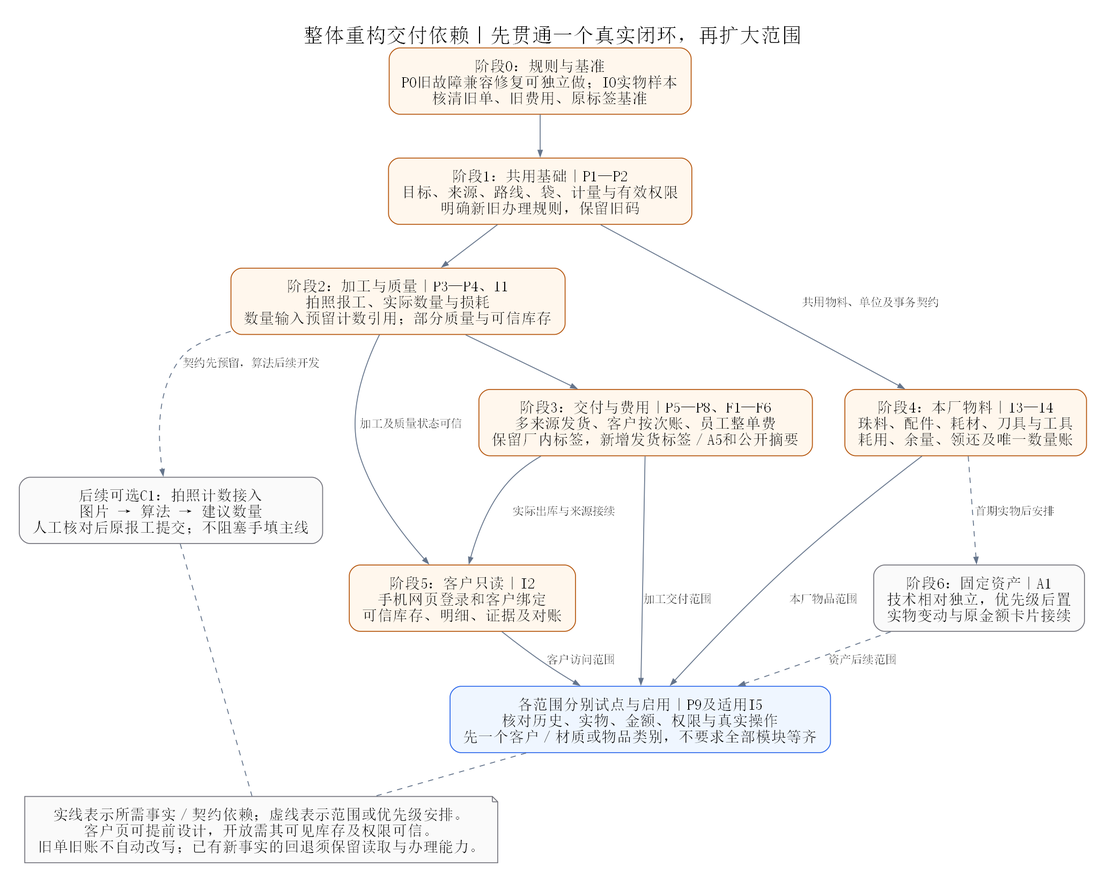
sxliuchen-hash/zhubao-ERP keeps this Graphviz diagram as docs/diagrams/refactor-master/02-delivery-roadmap.png. Above is the earlier version. Its source is kept beside it as docs/diagrams/refactor-master/02-delivery-roadmap.dot.
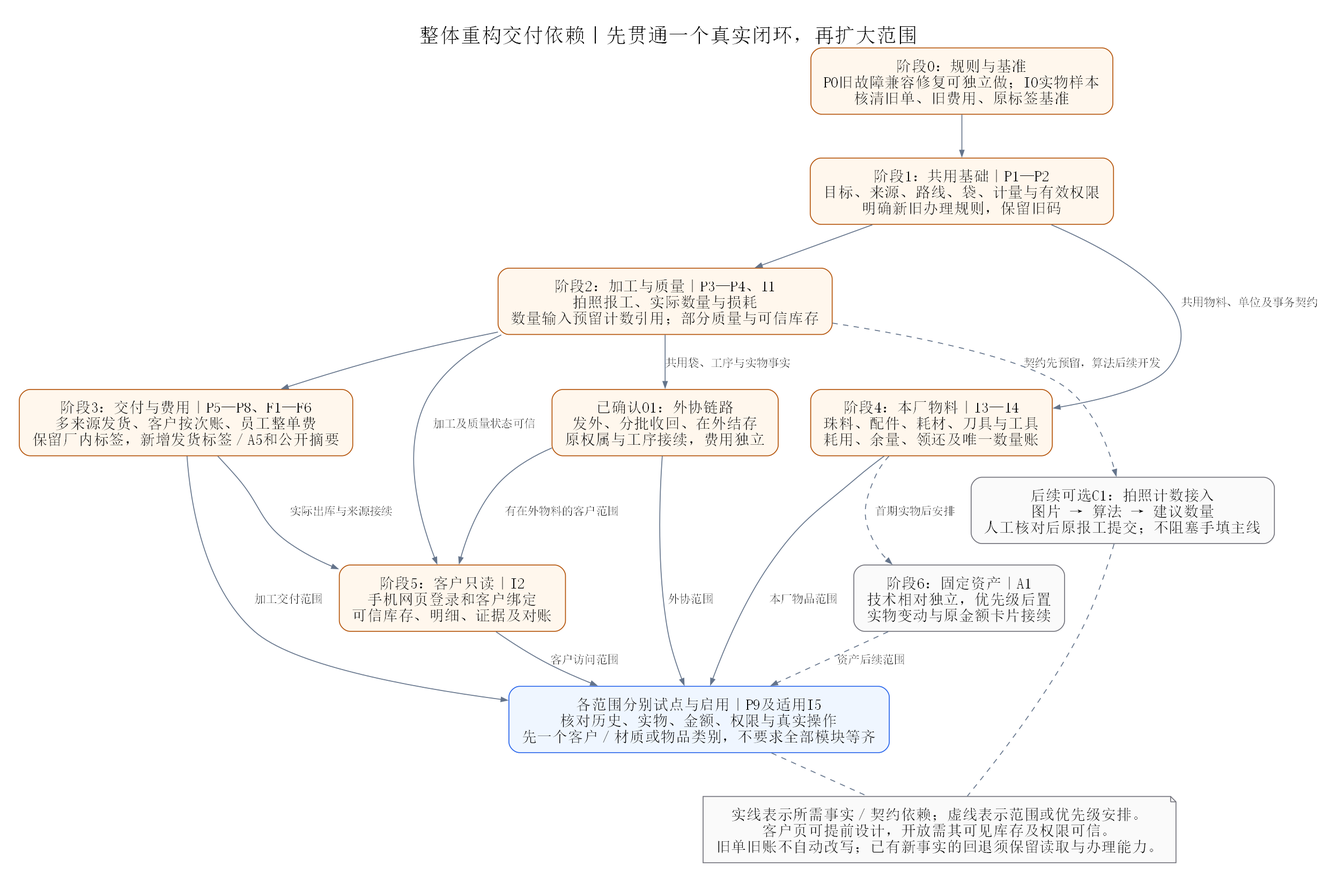
After the commit.

Change to the diagram source:
```diff
@@ -9,12 +9,16 @@
  r4 [label="阶段4：本厂物料｜I3—I4\n珠料、配件、耗材、刀具与工具\n耗用、余量、领还及唯一数量账"];
  r5 [label="阶段5：客户只读｜I2\n手机网页登录和客户绑定\n可信库存、明细、证据及对账"];
  r6 [label="阶段6：固定资产｜A1\n技术相对独立，优先级后置\n实物变动与原金额卡片接续",color="#71717a",fillcolor="#fafafa"];
+ outsourcing [label="已确认O1：外协链路\n发外、分批收回、在外结存\n原权属与工序接续，费用独立"];
  count [label="后续可选C1：拍照计数接入\n图片 → 算法 → 建议数量\n人工核对后原报工提交；不阻塞手填主线",color="#71717a",fillcolor="#fafafa"];
  pilot [label="各范围分别试点与启用｜P9及适用I5\n核对历史、实物、金额、权限与真实操作\n先一个客户／材质或物品类别，不要求全部模块等齐",color="#2563eb",fillcolor="#eff6ff"];
  note [shape=note,label="实线表示所需事实／契约依赖；虚线表示范围或优先级安排。\n客户页可提前设计，开放需其可见库存及权限可信。\n旧单旧账不自动改写；已有新事实的回退须保留读取与办理能力。",color="#71717a",fillcolor="#fafafa"];
  r0 -> r1;r1 -> r2;r2 -> r3;
  r1 -> r4 [label="共用物料、单位及事务契约"];
  r2 -> r5 [label="加工及质量状态可信"];
+ r2 -> outsourcing [label="共用袋、工序与实物事实"];
+ outsourcing -> r5 [label="有在外物料的客户范围"];
+ outsourcing -> pilot [label="外协范围"];
  r2 -> count [style=dashed,label="契约先预留，算法后续开发"];
  r3 -> r5 [label="实际出库与来源接续"];
  r4 -> r6 [style=dashed,label="首期实物后安排"];
```
